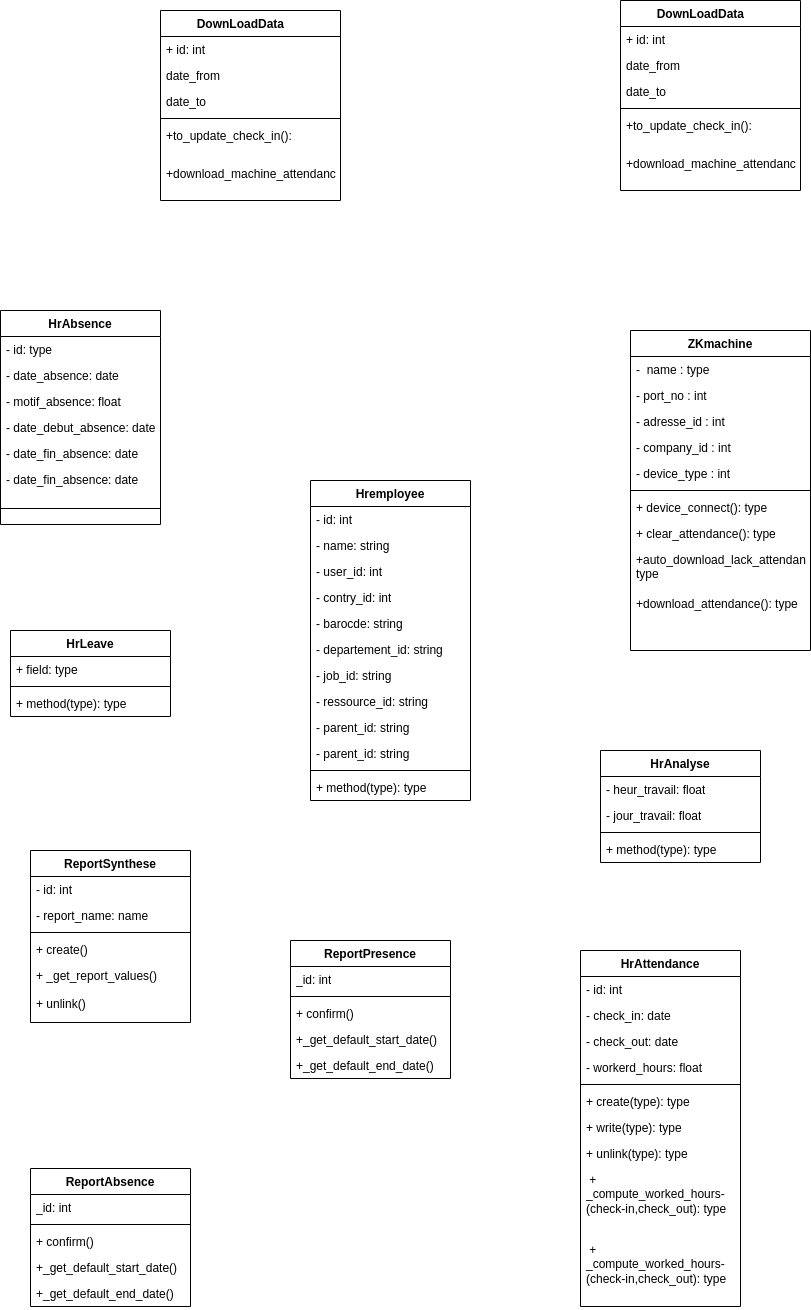
Earlier version of the draw.io export static/Diagramme de classe.drawio.png (Siluearsene/borne_biometrique). Source tidied: cells renumbered, new cells last; positions are measured from the earlier drawing's top-left corner, leaving out a move shared by most shapes.
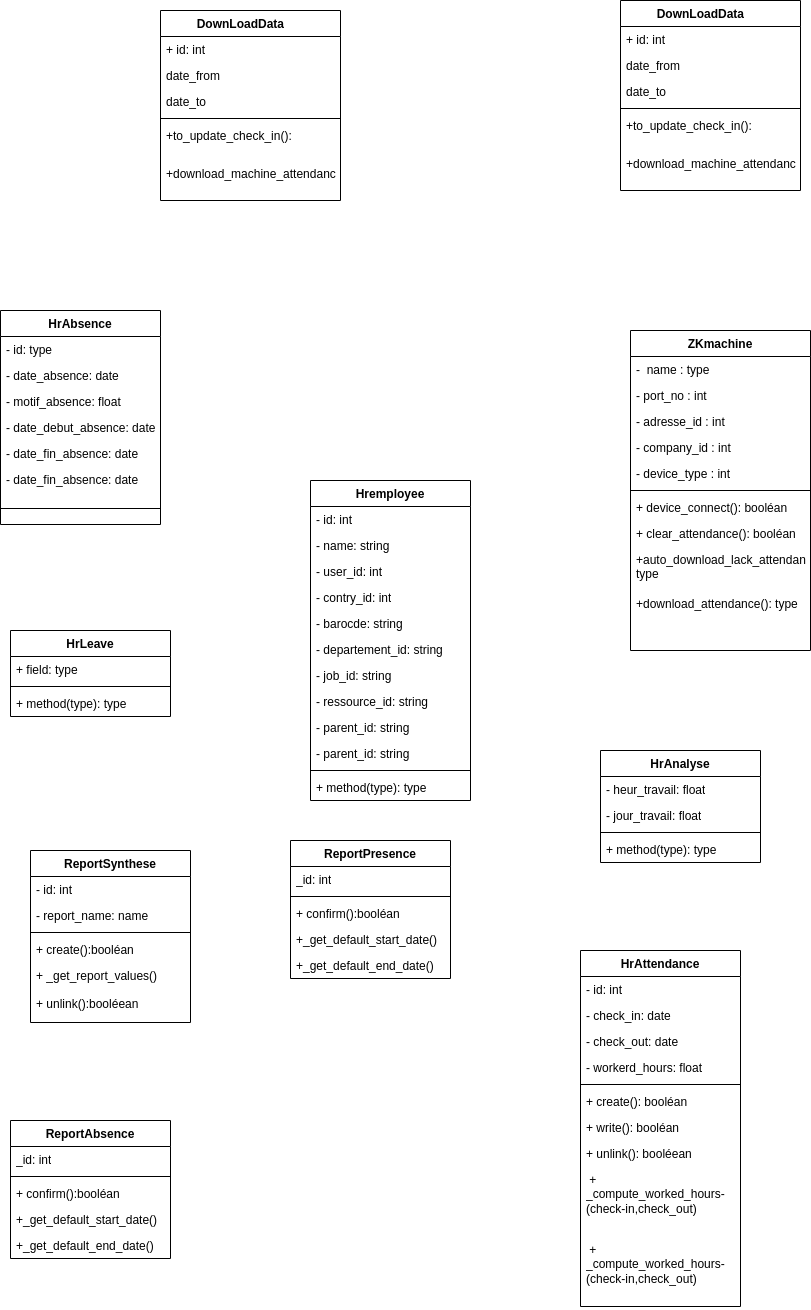
After the change.

Commit message:
Mettre à jour Diagramme de classe.drawio.png

The edit, as a diff of the source:
```diff
@@ -47,10 +47,10 @@
     <mxCell id="16" style="line;strokeWidth=1;fillColor=none;align=left;verticalAlign=middle;spacingTop=-1;spacingLeft=3;spacingRight=3;labelPosition=right;strokeColor=inherit;" parent="10" vertex="1">
       <mxGeometry y="156" width="180" height="8" as="geometry" />
     </mxCell>
-    <mxCell id="17" value="+ device_connect(): type" style="text;strokeColor=none;fillColor=none;align=left;verticalAlign=top;spacingLeft=4;spacingRight=4;overflow=hidden;whiteSpace=wrap;html=1;" parent="10" vertex="1">
+    <mxCell id="17" value="+ device_connect(): booléan" style="text;strokeColor=none;fillColor=none;align=left;verticalAlign=top;spacingLeft=4;spacingRight=4;overflow=hidden;whiteSpace=wrap;html=1;" parent="10" vertex="1">
       <mxGeometry y="164" width="180" height="26" as="geometry" />
     </mxCell>
-    <mxCell id="18" value="+ clear_attendance(): type" style="text;strokeColor=none;fillColor=none;align=left;verticalAlign=top;spacingLeft=4;spacingRight=4;overflow=hidden;whiteSpace=wrap;html=1;" parent="10" vertex="1">
+    <mxCell id="18" value="+ clear_attendance(): booléan" style="text;strokeColor=none;fillColor=none;align=left;verticalAlign=top;spacingLeft=4;spacingRight=4;overflow=hidden;whiteSpace=wrap;html=1;" parent="10" vertex="1">
       <mxGeometry y="190" width="180" height="26" as="geometry" />
     </mxCell>
     <mxCell id="19" value="+auto_download_lack_attendance&lt;span style=&quot;background-color: initial;&quot;&gt;(): type&lt;/span&gt;" style="text;strokeColor=none;fillColor=none;align=left;verticalAlign=top;spacingLeft=4;spacingRight=4;overflow=hidden;whiteSpace=wrap;html=1;" parent="10" vertex="1">
@@ -143,19 +143,19 @@
     <mxCell id="48" style="line;strokeWidth=1;fillColor=none;align=left;verticalAlign=middle;spacingTop=-1;spacingLeft=3;spacingRight=3;labelPosition=right;strokeColor=inherit;" parent="43" vertex="1">
       <mxGeometry y="130" width="160" height="8" as="geometry" />
     </mxCell>
-    <mxCell id="49" value="+ create(type): type" style="text;strokeColor=none;fillColor=none;align=left;verticalAlign=top;spacingLeft=4;spacingRight=4;overflow=hidden;whiteSpace=wrap;html=1;" parent="43" vertex="1">
+    <mxCell id="49" value="+ create(): booléan" style="text;strokeColor=none;fillColor=none;align=left;verticalAlign=top;spacingLeft=4;spacingRight=4;overflow=hidden;whiteSpace=wrap;html=1;" parent="43" vertex="1">
       <mxGeometry y="138" width="160" height="26" as="geometry" />
     </mxCell>
-    <mxCell id="50" value="+ write(type): type" style="text;strokeColor=none;fillColor=none;align=left;verticalAlign=top;spacingLeft=4;spacingRight=4;overflow=hidden;whiteSpace=wrap;html=1;" parent="43" vertex="1">
+    <mxCell id="50" value="+ write(): booléan" style="text;strokeColor=none;fillColor=none;align=left;verticalAlign=top;spacingLeft=4;spacingRight=4;overflow=hidden;whiteSpace=wrap;html=1;" parent="43" vertex="1">
       <mxGeometry y="164" width="160" height="26" as="geometry" />
     </mxCell>
-    <mxCell id="51" value="+ unlink(type): type" style="text;strokeColor=none;fillColor=none;align=left;verticalAlign=top;spacingLeft=4;spacingRight=4;overflow=hidden;whiteSpace=wrap;html=1;" parent="43" vertex="1">
+    <mxCell id="51" value="+ unlink(): booléean" style="text;strokeColor=none;fillColor=none;align=left;verticalAlign=top;spacingLeft=4;spacingRight=4;overflow=hidden;whiteSpace=wrap;html=1;" parent="43" vertex="1">
       <mxGeometry y="190" width="160" height="26" as="geometry" />
     </mxCell>
-    <mxCell id="52" value="&amp;nbsp;+&amp;nbsp;&lt;br&gt;_compute_worked_hours-(check-in,check_out): type" style="text;strokeColor=none;fillColor=none;align=left;verticalAlign=top;spacingLeft=4;spacingRight=4;overflow=hidden;whiteSpace=wrap;html=1;" parent="43" vertex="1">
+    <mxCell id="52" value="&amp;nbsp;+&amp;nbsp;&lt;br&gt;_compute_worked_hours-(check-in,check_out)" style="text;strokeColor=none;fillColor=none;align=left;verticalAlign=top;spacingLeft=4;spacingRight=4;overflow=hidden;whiteSpace=wrap;html=1;" parent="43" vertex="1">
       <mxGeometry y="216" width="160" height="70" as="geometry" />
     </mxCell>
-    <mxCell id="53" value="&amp;nbsp;+&amp;nbsp;&lt;br&gt;_compute_worked_hours-(check-in,check_out): type" style="text;strokeColor=none;fillColor=none;align=left;verticalAlign=top;spacingLeft=4;spacingRight=4;overflow=hidden;whiteSpace=wrap;html=1;" parent="43" vertex="1">
+    <mxCell id="53" value="&amp;nbsp;+&amp;nbsp;&lt;br&gt;_compute_worked_hours-(check-in,check_out)" style="text;strokeColor=none;fillColor=none;align=left;verticalAlign=top;spacingLeft=4;spacingRight=4;overflow=hidden;whiteSpace=wrap;html=1;" parent="43" vertex="1">
       <mxGeometry y="286" width="160" height="70" as="geometry" />
     </mxCell>
     <mxCell id="54" value="ReportSynthese" style="swimlane;fontStyle=1;align=center;verticalAlign=top;horizontal=1;startSize=26;whiteSpace=wrap;html=1;" parent="1" vertex="1">
@@ -170,17 +170,17 @@
     <mxCell id="57" style="line;strokeWidth=1;fillColor=none;align=left;verticalAlign=middle;spacingTop=-1;spacingLeft=3;spacingRight=3;labelPosition=right;strokeColor=inherit;" parent="54" vertex="1">
       <mxGeometry y="78" width="160" height="8" as="geometry" />
     </mxCell>
-    <mxCell id="58" value="+ create()" style="text;strokeColor=none;fillColor=none;align=left;verticalAlign=top;spacingLeft=4;spacingRight=4;overflow=hidden;whiteSpace=wrap;html=1;" parent="54" vertex="1">
+    <mxCell id="58" value="+ create():booléan" style="text;strokeColor=none;fillColor=none;align=left;verticalAlign=top;spacingLeft=4;spacingRight=4;overflow=hidden;whiteSpace=wrap;html=1;" parent="54" vertex="1">
       <mxGeometry y="86" width="160" height="26" as="geometry" />
     </mxCell>
     <mxCell id="59" value="+&amp;nbsp;_get_report_values()" style="text;strokeColor=none;fillColor=none;align=left;verticalAlign=top;spacingLeft=4;spacingRight=4;overflow=hidden;whiteSpace=wrap;html=1;" parent="54" vertex="1">
       <mxGeometry y="112" width="160" height="28" as="geometry" />
     </mxCell>
-    <mxCell id="60" value="+ unlink()" style="text;strokeColor=none;fillColor=none;align=left;verticalAlign=top;spacingLeft=4;spacingRight=4;overflow=hidden;whiteSpace=wrap;html=1;" parent="54" vertex="1">
+    <mxCell id="60" value="+ unlink():booléean" style="text;strokeColor=none;fillColor=none;align=left;verticalAlign=top;spacingLeft=4;spacingRight=4;overflow=hidden;whiteSpace=wrap;html=1;" parent="54" vertex="1">
       <mxGeometry y="140" width="160" height="32" as="geometry" />
     </mxCell>
     <mxCell id="61" value="ReportPresence" style="swimlane;fontStyle=1;align=center;verticalAlign=top;horizontal=1;startSize=26;whiteSpace=wrap;html=1;" parent="1" vertex="1">
-      <mxGeometry x="290" y="940" width="160" height="138" as="geometry" />
+      <mxGeometry x="290" y="840" width="160" height="138" as="geometry" />
     </mxCell>
     <mxCell id="62" value="_id: int" style="text;strokeColor=none;fillColor=none;align=left;verticalAlign=top;spacingLeft=4;spacingRight=4;overflow=hidden;whiteSpace=wrap;html=1;" parent="61" vertex="1">
       <mxGeometry y="26" width="160" height="26" as="geometry" />
@@ -188,7 +188,7 @@
     <mxCell id="63" style="line;strokeWidth=1;fillColor=none;align=left;verticalAlign=middle;spacingTop=-1;spacingLeft=3;spacingRight=3;labelPosition=right;strokeColor=inherit;" parent="61" vertex="1">
       <mxGeometry y="52" width="160" height="8" as="geometry" />
     </mxCell>
-    <mxCell id="64" value="+ confirm()" style="text;strokeColor=none;fillColor=none;align=left;verticalAlign=top;spacingLeft=4;spacingRight=4;overflow=hidden;whiteSpace=wrap;html=1;" parent="61" vertex="1">
+    <mxCell id="64" value="+ confirm():booléan" style="text;strokeColor=none;fillColor=none;align=left;verticalAlign=top;spacingLeft=4;spacingRight=4;overflow=hidden;whiteSpace=wrap;html=1;" parent="61" vertex="1">
       <mxGeometry y="60" width="160" height="26" as="geometry" />
     </mxCell>
     <mxCell id="65" value="+_get_default_start_date&lt;span style=&quot;background-color: initial;&quot;&gt;()&lt;/span&gt;" style="text;strokeColor=none;fillColor=none;align=left;verticalAlign=top;spacingLeft=4;spacingRight=4;overflow=hidden;whiteSpace=wrap;html=1;" parent="61" vertex="1">
@@ -240,7 +240,7 @@
       <mxGeometry y="150" width="180" height="40" as="geometry" />
     </mxCell>
     <mxCell id="81" value="ReportAbsence" style="swimlane;fontStyle=1;align=center;verticalAlign=top;horizontal=1;startSize=26;whiteSpace=wrap;html=1;" parent="1" vertex="1">
-      <mxGeometry x="30" y="1168" width="160" height="138" as="geometry" />
+      <mxGeometry x="10" y="1120" width="160" height="138" as="geometry" />
     </mxCell>
     <mxCell id="82" value="_id: int" style="text;strokeColor=none;fillColor=none;align=left;verticalAlign=top;spacingLeft=4;spacingRight=4;overflow=hidden;whiteSpace=wrap;html=1;" parent="81" vertex="1">
       <mxGeometry y="26" width="160" height="26" as="geometry" />
@@ -248,7 +248,7 @@
     <mxCell id="83" style="line;strokeWidth=1;fillColor=none;align=left;verticalAlign=middle;spacingTop=-1;spacingLeft=3;spacingRight=3;labelPosition=right;strokeColor=inherit;" parent="81" vertex="1">
       <mxGeometry y="52" width="160" height="8" as="geometry" />
     </mxCell>
-    <mxCell id="84" value="+ confirm()" style="text;strokeColor=none;fillColor=none;align=left;verticalAlign=top;spacingLeft=4;spacingRight=4;overflow=hidden;whiteSpace=wrap;html=1;" parent="81" vertex="1">
+    <mxCell id="84" value="+ confirm():booléan" style="text;strokeColor=none;fillColor=none;align=left;verticalAlign=top;spacingLeft=4;spacingRight=4;overflow=hidden;whiteSpace=wrap;html=1;" parent="81" vertex="1">
       <mxGeometry y="60" width="160" height="26" as="geometry" />
     </mxCell>
     <mxCell id="85" value="+_get_default_start_date&lt;span style=&quot;background-color: initial;&quot;&gt;()&lt;/span&gt;" style="text;strokeColor=none;fillColor=none;align=left;verticalAlign=top;spacingLeft=4;spacingRight=4;overflow=hidden;whiteSpace=wrap;html=1;" parent="81" vertex="1">
```
